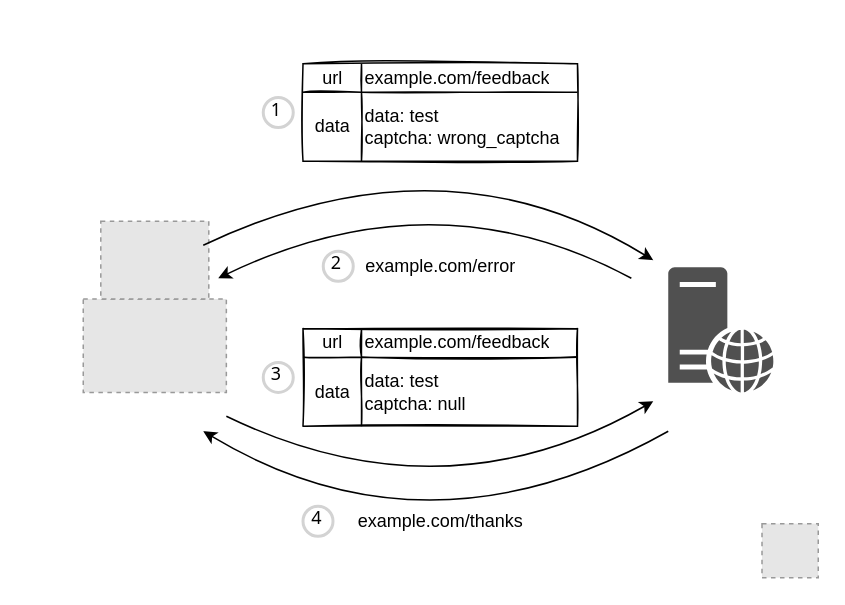
Earlier version of the draw.io diagram captcha-bypass.drawio (qeeqbox/captcha-bypass). Source tidied: cells renumbered, new cells numbered last; positions are measured from the earlier drawing's top-left corner, leaving out a move shared by most shapes. Both pictures are drawn from the tidied source at 150%, with x=0, y=0 at pixel (26, 26). Pictures stored in the file or linked from it are replaced by grey dashed boxes.
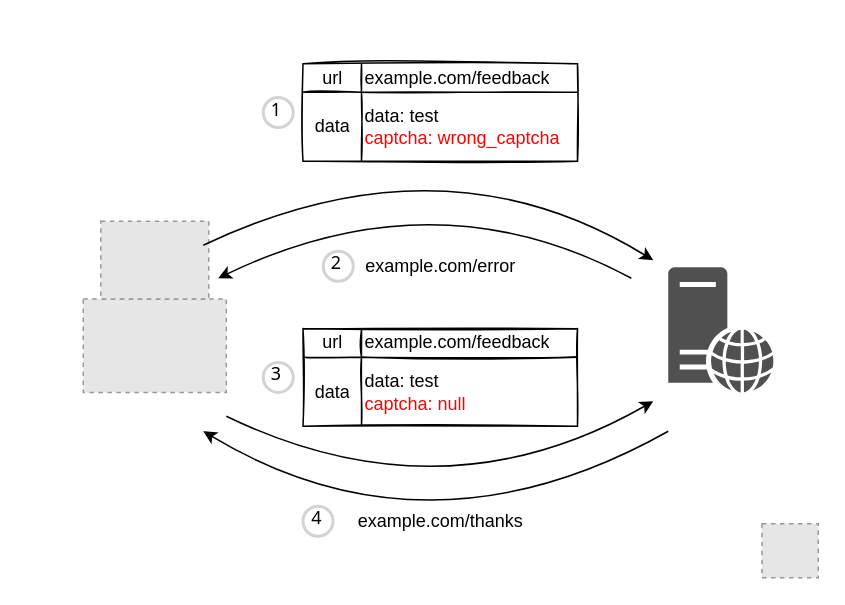
The same diagram, later.

Unchanged cells that the change refers to:
```xml
<mxCell id="22" style="shape=tableRow;horizontal=0;startSize=0;swimlaneHead=0;swimlaneBody=0;top=0;left=0;bottom=0;right=0;fillColor=none;" parent="18" vertex="1">
  <mxGeometry y="19" width="183" height="46" as="geometry" />
</mxCell>
<mxCell id="29" style="shape=tableRow;horizontal=0;startSize=0;swimlaneHead=0;swimlaneBody=0;top=0;left=0;bottom=0;right=0;fillColor=none;" parent="25" vertex="1">
  <mxGeometry y="19" width="183" height="46" as="geometry" />
</mxCell>
```

The edit, as a diff of the source:
```diff
@@
-    <mxCell id="24" value="&lt;span&gt;data: test&lt;/span&gt;&lt;br&gt;&lt;span&gt;captcha: wrong_captcha&lt;/span&gt;" style="shape=partialRectangle;html=1;whiteSpace=wrap;fillColor=none;top=0;left=0;bottom=0;right=0;overflow=hidden;align=left;" parent="22" vertex="1">
+    <mxCell id="24" value="&lt;span&gt;data: test&lt;/span&gt;&lt;br&gt;&lt;span&gt;&lt;font color=&quot;#ff0000&quot;&gt;captcha: wrong_captcha&lt;/font&gt;&lt;/span&gt;" style="shape=partialRectangle;html=1;whiteSpace=wrap;fillColor=none;top=0;left=0;bottom=0;right=0;overflow=hidden;align=left;" parent="22" vertex="1">
       <mxGeometry x="39" width="144" height="46" as="geometry" />
     </mxCell>
@@
-    <mxCell id="31" value="&lt;span&gt;data: test&lt;/span&gt;&lt;br&gt;&lt;span&gt;captcha: null&lt;/span&gt;" style="shape=partialRectangle;html=1;whiteSpace=wrap;fillColor=none;top=0;left=0;bottom=0;right=0;overflow=hidden;align=left;" parent="29" vertex="1">
+    <mxCell id="31" value="&lt;span&gt;data: test&lt;/span&gt;&lt;br&gt;&lt;span&gt;&lt;font color=&quot;#ff0000&quot;&gt;captcha: null&lt;/font&gt;&lt;/span&gt;" style="shape=partialRectangle;html=1;whiteSpace=wrap;fillColor=none;top=0;left=0;bottom=0;right=0;overflow=hidden;align=left;" parent="29" vertex="1">
       <mxGeometry x="39" width="144" height="46" as="geometry" />
     </mxCell>
```
